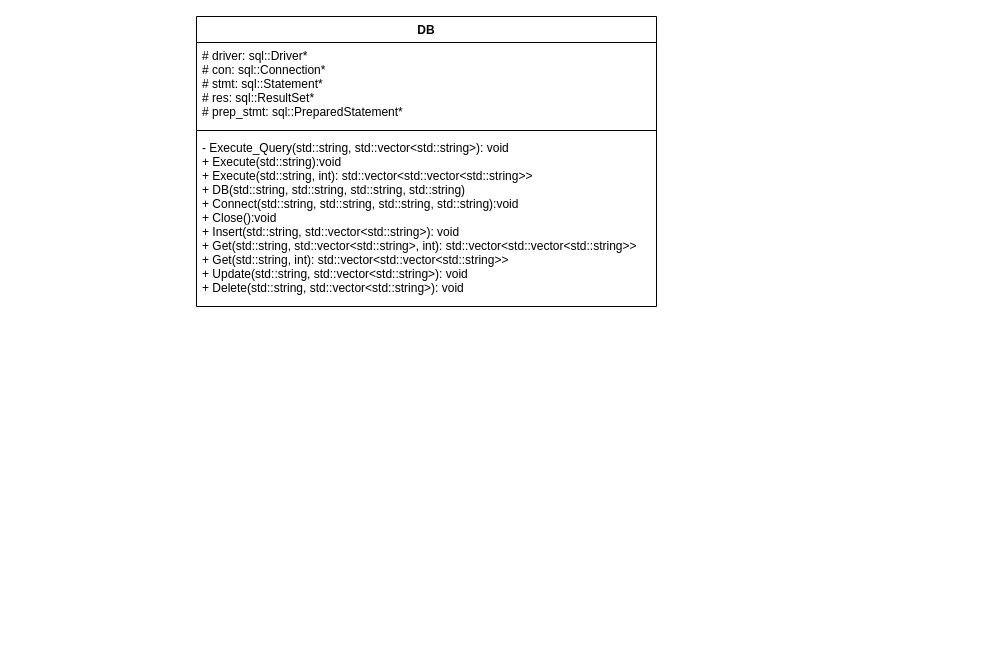
Earlier version of the draw.io diagram DB (Akim).drawio (VladislavKirpichov/Flashy). Source tidied: cells renumbered, new cells numbered last; positions are measured from the earlier drawing's top-left corner, leaving out a move shared by most shapes. Both pictures are drawn from the tidied source at 100%, with x=0, y=0 at pixel (196, 16).
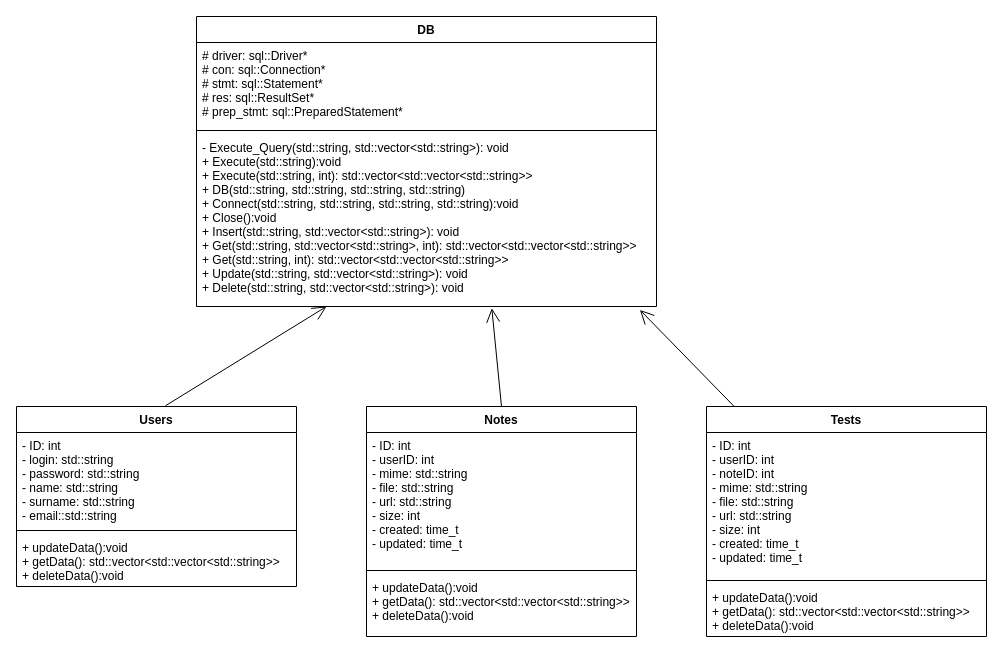
The same page after the edit.

The change refers to these unchanged cells:
```xml
<mxCell id="5" value="- Execute_Query(std::string, std::vector&lt;std::string&gt;): void&#10;+ Execute(std::string):void&#10;+ Execute(std::string, int): std::vector&lt;std::vector&lt;std::string&gt;&gt;&#10;+ DB(std::string, std::string, std::string, std::string)&#10;+ Connect(std::string, std::string, std::string, std::string):void&#10;+ Close():void&#10;+ Insert(std::string, std::vector&lt;std::string&gt;): void&#10;+ Get(std::string, std::vector&lt;std::string&gt;, int): std::vector&lt;std::vector&lt;std::string&gt;&gt;&#10;+ Get(std::string, int): std::vector&lt;std::vector&lt;std::string&gt;&gt;&#10;+ Update(std::string, std::vector&lt;std::string&gt;): void&#10;+ Delete(std::string, std::vector&lt;std::string&gt;): void&#10;&#10;" style="text;strokeColor=none;fillColor=none;align=left;verticalAlign=top;spacingLeft=4;spacingRight=4;overflow=hidden;points=[[0,0.5],[1,0.5]];portConstraint=eastwest;" parent="2" vertex="1">
  <mxGeometry y="118" width="460" height="172" as="geometry" />
</mxCell>
```

Change to the diagram source:
```diff
@@
+    <mxCell id="6" value="Users" style="swimlane;fontStyle=1;align=center;verticalAlign=top;horizontal=1;startSize=26;" parent="1" vertex="1">
+      <mxGeometry x="-180" y="390" width="280" height="180" as="geometry" />
+    </mxCell>
+    <mxCell id="7" value="- ID: int&#10;- login: std::string&#10;- password: std::string&#10;- name: std::string&#10;- surname: std::string&#10;- email::std::string" style="text;strokeColor=none;fillColor=none;align=left;verticalAlign=top;spacingLeft=4;spacingRight=4;overflow=hidden;" parent="6" vertex="1">
+      <mxGeometry y="26" width="280" height="94" as="geometry" />
+    </mxCell>
+    <mxCell id="8" style="line;strokeWidth=1;fillColor=none;align=left;verticalAlign=middle;spacingTop=-1;spacingLeft=3;spacingRight=3;labelPosition=right;" parent="6" vertex="1">
+      <mxGeometry y="120" width="280" height="8" as="geometry" />
+    </mxCell>
+    <mxCell id="9" value="+ updateData():void&#10;+ getData(): std::vector&lt;std::vector&lt;std::string&gt;&gt;&#10;+ deleteData():void" style="text;strokeColor=none;fillColor=none;align=left;verticalAlign=top;spacingLeft=4;spacingRight=4;overflow=hidden;" parent="6" vertex="1">
+      <mxGeometry y="128" width="280" height="52" as="geometry" />
+    </mxCell>
+    <mxCell id="10" value="Notes" style="swimlane;fontStyle=1;align=center;verticalAlign=top;horizontal=1;startSize=26;" parent="1" vertex="1">
+      <mxGeometry x="170" y="390" width="270" height="230" as="geometry" />
+    </mxCell>
+    <mxCell id="11" value="- ID: int&#10;- userID: int&#10;- mime: std::string&#10;- file: std::string&#10;- url: std::string&#10;- size: int&#10;- created: time_t&#10;- updated: time_t&#10;" style="text;strokeColor=none;fillColor=none;align=left;verticalAlign=top;spacingLeft=4;spacingRight=4;overflow=hidden;" parent="10" vertex="1">
+      <mxGeometry y="26" width="270" height="134" as="geometry" />
+    </mxCell>
+    <mxCell id="12" style="line;strokeWidth=1;fillColor=none;align=left;verticalAlign=middle;spacingTop=-1;spacingLeft=3;spacingRight=3;labelPosition=right;" parent="10" vertex="1">
+      <mxGeometry y="160" width="270" height="8" as="geometry" />
+    </mxCell>
+    <mxCell id="13" value="+ updateData():void&#10;+ getData(): std::vector&lt;std::vector&lt;std::string&gt;&gt;&#10;+ deleteData():void" style="text;strokeColor=none;fillColor=none;align=left;verticalAlign=top;spacingLeft=4;spacingRight=4;overflow=hidden;" parent="10" vertex="1">
+      <mxGeometry y="168" width="270" height="62" as="geometry" />
+    </mxCell>
+    <mxCell id="14" value="Tests" style="swimlane;fontStyle=1;align=center;verticalAlign=top;horizontal=1;startSize=26;" parent="1" vertex="1">
+      <mxGeometry x="510" y="390" width="280" height="230" as="geometry" />
+    </mxCell>
+    <mxCell id="15" value="- ID: int&#10;- userID: int&#10;- noteID: int&#10;- mime: std::string&#10;- file: std::string&#10;- url: std::string&#10;- size: int&#10;- created: time_t&#10;- updated: time_t&#10;" style="text;strokeColor=none;fillColor=none;align=left;verticalAlign=top;spacingLeft=4;spacingRight=4;overflow=hidden;" parent="14" vertex="1">
+      <mxGeometry y="26" width="280" height="144" as="geometry" />
+    </mxCell>
+    <mxCell id="16" style="line;strokeWidth=1;fillColor=none;align=left;verticalAlign=middle;spacingTop=-1;spacingLeft=3;spacingRight=3;labelPosition=right;" parent="14" vertex="1">
+      <mxGeometry y="170" width="280" height="8" as="geometry" />
+    </mxCell>
+    <mxCell id="17" value="+ updateData():void&#10;+ getData(): std::vector&lt;std::vector&lt;std::string&gt;&gt;&#10;+ deleteData():void" style="text;strokeColor=none;fillColor=none;align=left;verticalAlign=top;spacingLeft=4;spacingRight=4;overflow=hidden;" parent="14" vertex="1">
+      <mxGeometry y="178" width="280" height="52" as="geometry" />
+    </mxCell>
+    <mxCell id="18" style="endArrow=open;endFill=1;endSize=12;html=1;rounded=0;exitX=0.532;exitY=-0.004;exitDx=0;exitDy=0;exitPerimeter=0;" parent="1" edge="1" source="6">
+      <mxGeometry relative="1" as="geometry">
+        <mxPoint x="130" y="290" as="targetPoint" />
+      </mxGeometry>
+    </mxCell>
+    <mxCell id="19" style="endArrow=open;endFill=1;endSize=12;html=1;rounded=0;exitX=0.5;exitY=0;exitDx=0;exitDy=0;entryX=0.642;entryY=1.01;entryDx=0;entryDy=0;entryPerimeter=0;" parent="1" edge="1" source="10" target="5">
+      <mxGeometry relative="1" as="geometry" />
+    </mxCell>
+    <mxCell id="20" style="endArrow=open;endFill=1;endSize=12;html=1;rounded=0;entryX=0.964;entryY=1.02;entryDx=0;entryDy=0;entryPerimeter=0;" parent="1" edge="1" source="14" target="5">
+      <mxGeometry relative="1" as="geometry" />
+    </mxCell>
```
